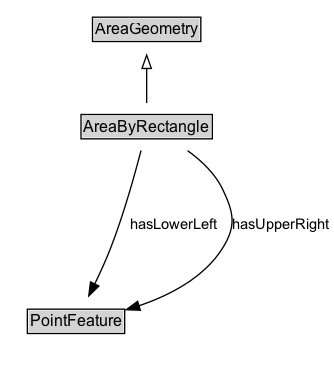
This is docs/diagrams/AreaByRectangle.dot.png from ISO-TC204/ontology-its-location-v1, a Graphviz export, as it was before one commit. Its source is kept beside it as docs/diagrams/AreaByRectangle.dot.
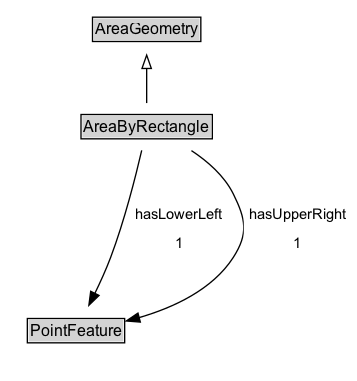
After the commit.

Change to the diagram source:
```diff
@@ -19,6 +19,6 @@
 	AreaByRectangle -> Invis [style=invis]
 	Invis -> PointFeature [style=invis]
 	PointFeature [label=<<TABLE BORDER="1" CELLBORDER="0" CELLSPACING="0" CELLPADDING="1"><TR><TD BGCOLOR="lightgray" ALIGN="CENTER">PointFeature</TD></TR></TABLE>> URL="../PointFeature" margin=0]
-	AreaByRectangle -> PointFeature [label=hasLowerLeft arrowhead=normal style=solid]
-	AreaByRectangle -> PointFeature [label=hasUpperRight arrowhead=normal style=solid]
+	AreaByRectangle -> PointFeature [label=<<TABLE BORDER="0" CELLBORDER="0" CELLSPACING="0" CELLPADDING="4" BGCOLOR="white"><TR><TD ALIGN="CENTER">hasLowerLeft</TD></TR><TR><TD ALIGN="CENTER">1</TD></TR></TABLE>> arrowhead=normal style=solid]
+	AreaByRectangle -> PointFeature [label=<<TABLE BORDER="0" CELLBORDER="0" CELLSPACING="0" CELLPADDING="4" BGCOLOR="white"><TR><TD ALIGN="CENTER">hasUpperRight</TD></TR><TR><TD ALIGN="CENTER">1</TD></TR></TABLE>> arrowhead=normal style=solid]
 }
```
